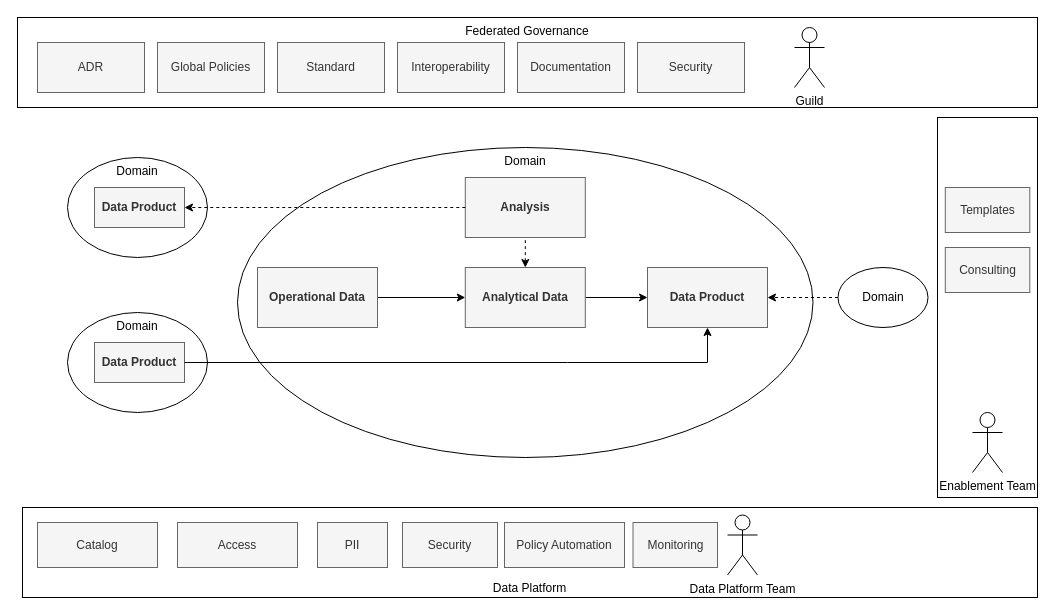
The draw.io diagram diagrams/datamesharchitecture.drawio in datamesh-architecture/datamesh-architecture.com, before the edit. Source tidied: cells renumbered, new cells numbered last; positions are measured from the earlier drawing's top-left corner, leaving out a move shared by most shapes. Both pictures are drawn from the tidied source at 100%, with x=0, y=0 at pixel (17, 17).
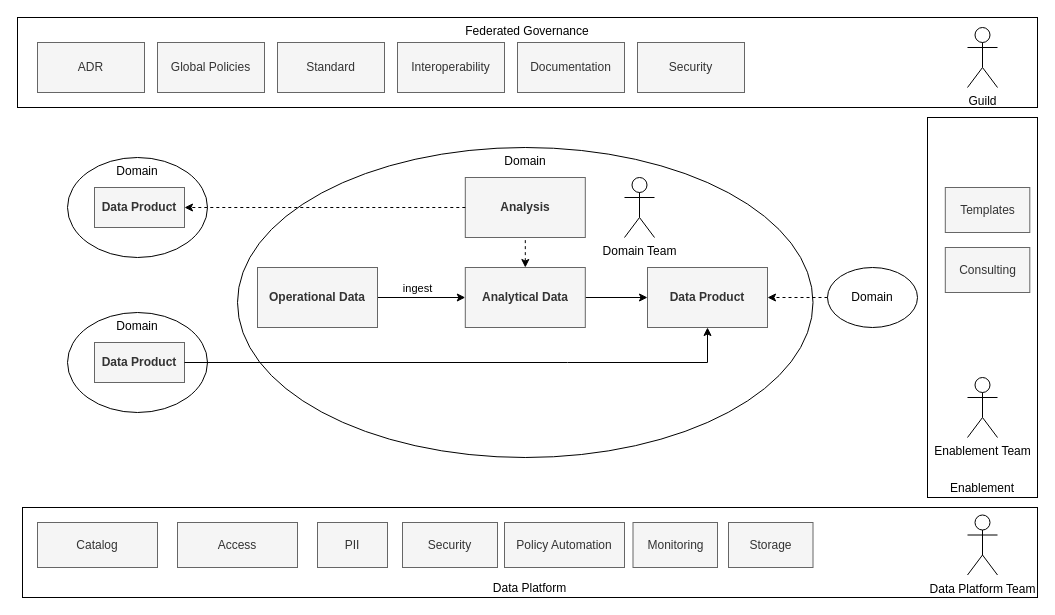
The same diagram, later.

Unchanged cells that the change refers to:
```xml
<mxCell id="26" style="edgeStyle=orthogonalEdgeStyle;rounded=0;jettySize=auto;html=1;startArrow=classic;startFill=1;endArrow=none;endFill=0;" parent="1" edge="1" source="27" target="28">
  <mxGeometry relative="1" as="geometry" />
</mxCell>
```

Change to the diagram source:
```diff
@@
-    <mxCell id="2" style="rounded=0;whiteSpace=wrap;html=1;verticalAlign=bottom;" parent="1" vertex="1">
-      <mxGeometry x="920" y="100" width="100" height="380" as="geometry" />
+    <mxCell id="2" value="Enablement" style="rounded=0;whiteSpace=wrap;html=1;verticalAlign=bottom;" parent="1" vertex="1">
+      <mxGeometry x="910" y="100" width="110" height="380" as="geometry" />
     </mxCell>
@@
     <mxCell id="5" value="Guild" style="shape=umlActor;verticalLabelPosition=bottom;verticalAlign=top;html=1;" parent="1" vertex="1">
-      <mxGeometry x="777" y="10" width="30" height="60" as="geometry" />
+      <mxGeometry x="950" y="10" width="30" height="60" as="geometry" />
     </mxCell>
     <mxCell id="6" value="Data Platform Team" style="shape=umlActor;verticalLabelPosition=bottom;verticalAlign=top;html=1;" parent="1" vertex="1">
-      <mxGeometry x="710" y="497.5" width="30" height="60" as="geometry" />
+      <mxGeometry x="950" y="497.5" width="30" height="60" as="geometry" />
     </mxCell>
@@
     <mxCell id="19" value="Enablement Team" style="shape=umlActor;verticalLabelPosition=bottom;verticalAlign=top;html=1;" parent="1" vertex="1">
-      <mxGeometry x="955" y="395" width="30" height="60" as="geometry" />
+      <mxGeometry x="950" y="360" width="30" height="60" as="geometry" />
     </mxCell>
@@
+    <mxCell id="38" value="ingest" style="edgeLabel;html=1;align=center;verticalAlign=middle;" parent="26" vertex="1">
+      <mxGeometry x="-0.07" y="2" relative="1" as="geometry">
+        <mxPoint x="-7" y="-12" as="offset" />
+      </mxGeometry>
+    </mxCell>
@@
     <mxCell id="30" value="Domain" style="ellipse;whiteSpace=wrap;html=1;verticalAlign=middle;" parent="1" vertex="1">
-      <mxGeometry x="820.5" y="250" width="90" height="60" as="geometry" />
+      <mxGeometry x="810" y="250" width="90" height="60" as="geometry" />
     </mxCell>
@@
+    <mxCell id="39" value="Domain Team" style="shape=umlActor;verticalLabelPosition=bottom;verticalAlign=top;html=1;" parent="1" vertex="1">
+      <mxGeometry x="607" y="160" width="30" height="60" as="geometry" />
+    </mxCell>
+    <mxCell id="40" value="Storage" style="rounded=0;whiteSpace=wrap;html=1;fillColor=#f5f5f5;fontColor=#333333;strokeColor=#666666;" parent="1" vertex="1">
+      <mxGeometry x="711" y="505" width="84.5" height="45" as="geometry" />
+    </mxCell>
```
